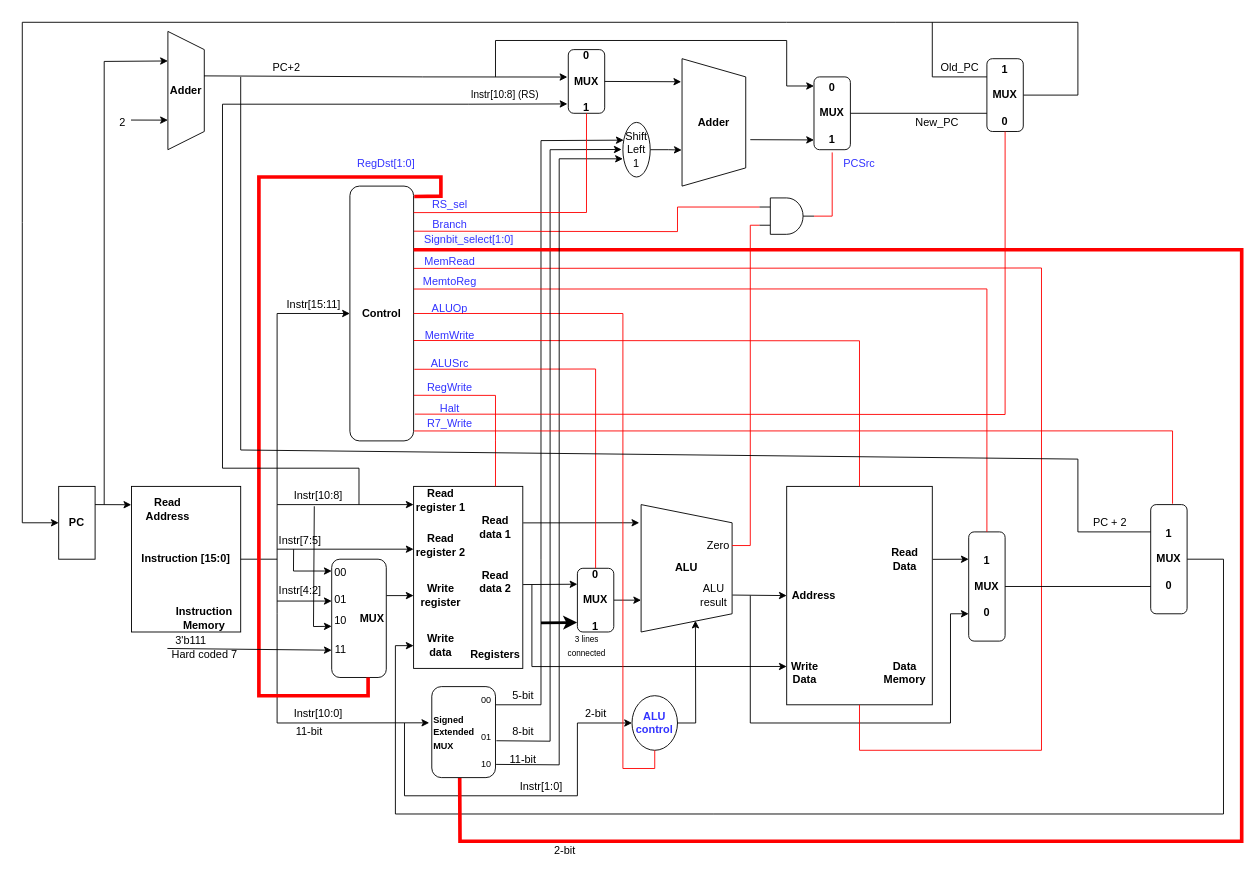
Earlier version of the draw.io diagram WISC-SP22.drawio (joshmeiyb/ECE552). Source tidied: cells renumbered, new cells numbered last; positions are measured from the earlier drawing's top-left corner, leaving out a move shared by most shapes. Both pictures are drawn from the tidied source at 91%, with x=0, y=0 at pixel (22, 22).
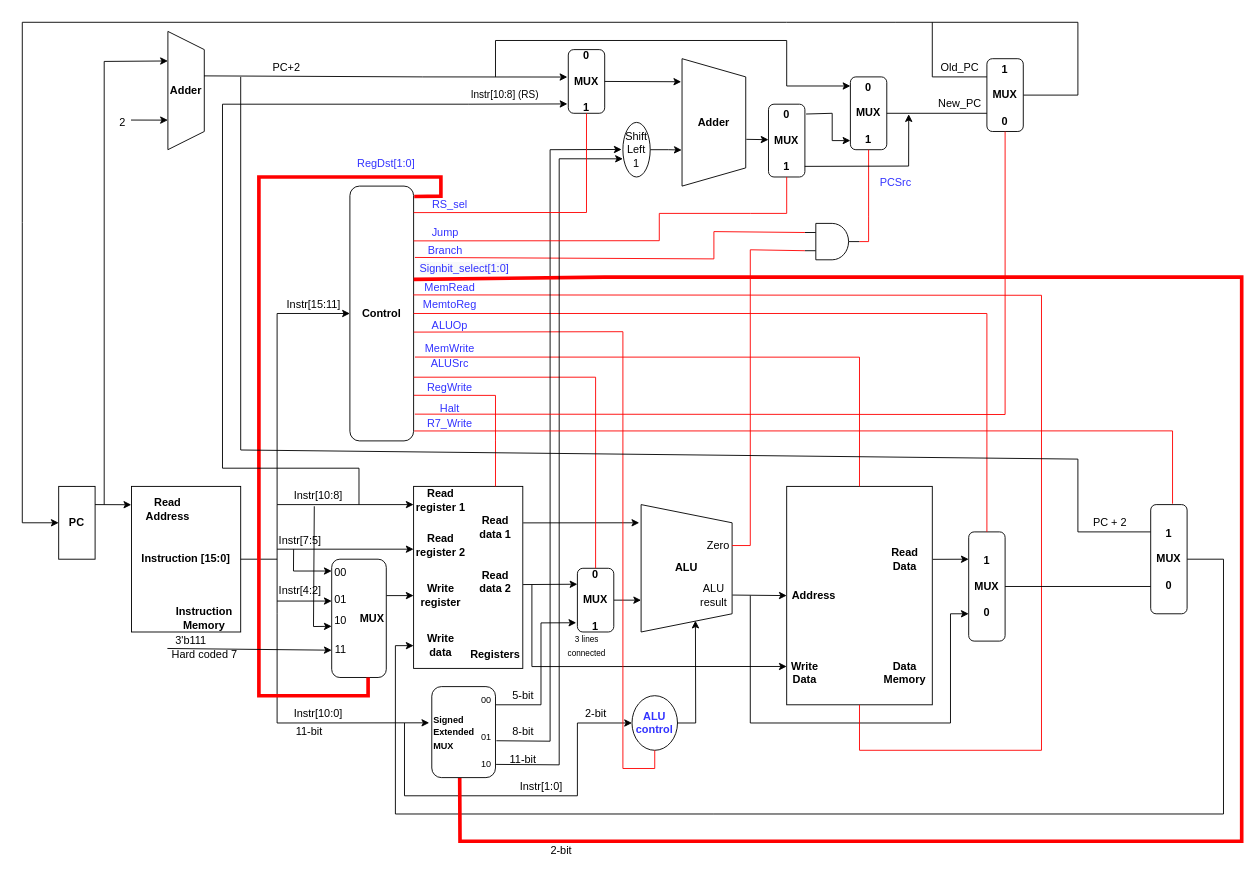
After the change.

The change refers to these unchanged cells:
```xml
<mxCell id="10" value="&lt;b&gt;Adder&lt;/b&gt;" style="shape=trapezoid;perimeter=trapezoidPerimeter;whiteSpace=wrap;html=1;fixedSize=1;direction=south;" parent="1" vertex="1">
  <mxGeometry x="725" y="40" width="70" height="140" as="geometry" />
</mxCell>
<mxCell id="12" value="Shift&lt;br&gt;Left 1" style="ellipse;whiteSpace=wrap;html=1;" parent="1" vertex="1">
  <mxGeometry x="660" y="110" width="30" height="60" as="geometry" />
</mxCell>
<mxCell id="35" value="&lt;b&gt;0&lt;br&gt;&lt;br&gt;MUX&lt;br&gt;&lt;br&gt;1&lt;/b&gt;" style="rounded=1;whiteSpace=wrap;html=1;" parent="1" vertex="1">
  <mxGeometry x="610" y="600" width="40" height="70" as="geometry" />
</mxCell>
<mxCell id="40" style="rounded=0;whiteSpace=wrap;html=1;" parent="1" vertex="1">
  <mxGeometry x="840" y="510" width="160" height="240" as="geometry" />
</mxCell>
<mxCell id="43" value="&lt;b&gt;1&lt;br&gt;&lt;br&gt;MUX&lt;br&gt;&lt;br&gt;0&lt;/b&gt;" style="rounded=1;whiteSpace=wrap;html=1;" parent="1" vertex="1">
  <mxGeometry x="1040" y="560" width="40" height="120" as="geometry" />
</mxCell>
<mxCell id="46" value="&lt;font color=&quot;#3333ff&quot;&gt;&lt;b&gt;ALU&lt;br&gt;control&lt;/b&gt;&lt;/font&gt;" style="ellipse;whiteSpace=wrap;html=1;" parent="1" vertex="1">
  <mxGeometry x="670" y="740" width="50" height="60" as="geometry" />
</mxCell>
<mxCell id="53" value="&lt;font color=&quot;#000000&quot;&gt;Zero&lt;br&gt;&lt;/font&gt;" style="text;html=1;strokeColor=none;fillColor=none;align=center;verticalAlign=middle;whiteSpace=wrap;rounded=0;fontColor=#3333FF;" parent="1" vertex="1">
  <mxGeometry x="750" y="560" width="30" height="30" as="geometry" />
</mxCell>
<mxCell id="70" value="&lt;b&gt;Control&lt;/b&gt;" style="rounded=1;whiteSpace=wrap;html=1;" parent="1" vertex="1">
  <mxGeometry x="360" y="180" width="70" height="280" as="geometry" />
</mxCell>
<mxCell id="97" value="&lt;font style=&quot;font-size: 10px&quot;&gt;&lt;b&gt;Signed&lt;br&gt;Extended&lt;br&gt;MUX&lt;/b&gt;&lt;/font&gt;" style="rounded=1;whiteSpace=wrap;html=1;align=left;" parent="1" vertex="1">
  <mxGeometry x="450" y="730" width="70" height="100" as="geometry" />
</mxCell>
```

What changed in the source:
```diff
@@
     <mxCell id="27" value="&lt;b&gt;0&lt;br&gt;&lt;br&gt;MUX&lt;br&gt;&lt;br&gt;1&lt;/b&gt;" style="rounded=1;whiteSpace=wrap;html=1;" parent="1" vertex="1">
-      <mxGeometry x="870" y="60" width="40" height="80" as="geometry" />
+      <mxGeometry x="910" y="60" width="40" height="80" as="geometry" />
     </mxCell>
-    <mxCell id="28" style="endArrow=classic;html=1;rounded=0;entryX=0;entryY=0.866;entryDx=0;entryDy=0;entryPerimeter=0;" parent="1" edge="1" target="27">
+    <mxCell id="28" style="endArrow=classic;html=1;rounded=0;exitX=0.633;exitY=-0.009;exitDx=0;exitDy=0;exitPerimeter=0;" parent="1" edge="1" source="10">
       <mxGeometry relative="1" as="geometry">
-        <mxPoint x="800" y="129" as="sourcePoint" />
+        <mxPoint x="820" y="129" as="targetPoint" />
       </mxGeometry>
     </mxCell>
-    <mxCell id="29" style="endArrow=classic;html=1;rounded=0;" parent="1" edge="1">
+    <mxCell id="29" style="endArrow=classic;html=1;rounded=0;entryX=0;entryY=0.125;entryDx=0;entryDy=0;entryPerimeter=0;" parent="1" edge="1" target="27">
       <mxGeometry relative="1" as="geometry">
         <mxPoint x="520" y="60" as="sourcePoint" />
-        <mxPoint x="870" y="70" as="targetPoint" />
         <Array as="points">
           <mxPoint x="520" y="20" />
           <mxPoint x="840" y="20" />
           <mxPoint x="840" y="70" />
         </Array>
       </mxGeometry>
     </mxCell>
@@
-    <mxCell id="39" style="endArrow=classic;html=1;rounded=0;entryX=-0.007;entryY=0.851;entryDx=0;entryDy=0;entryPerimeter=0;strokeWidth=3;" parent="1" edge="1" target="35">
-      <mxGeometry relative="1" as="geometry">
-        <mxPoint x="570" y="660" as="sourcePoint" />
-      </mxGeometry>
-    </mxCell>
@@
     <mxCell id="51" value="&lt;font color=&quot;#3333ff&quot;&gt;MemtoReg&lt;/font&gt;" style="text;html=1;strokeColor=none;fillColor=none;align=center;verticalAlign=middle;whiteSpace=wrap;rounded=0;" parent="1" vertex="1">
-      <mxGeometry x="440" y="270" width="60" height="30" as="geometry" />
+      <mxGeometry x="440" y="296" width="60" height="30" as="geometry" />
     </mxCell>
@@
-    <mxCell id="61" style="endArrow=classic;html=1;rounded=0;entryX=0.03;entryY=0.325;entryDx=0;entryDy=0;entryPerimeter=0;" parent="1" edge="1" target="12">
+    <mxCell id="61" style="endArrow=classic;html=1;rounded=0;entryX=-0.031;entryY=0.855;entryDx=0;entryDy=0;entryPerimeter=0;" parent="1" edge="1" target="35">
       <mxGeometry relative="1" as="geometry">
         <mxPoint x="520" y="750" as="sourcePoint" />
         <Array as="points">
           <mxPoint x="570" y="750" />
-          <mxPoint x="570" y="590" />
-          <mxPoint x="570" y="130" />
+          <mxPoint x="570" y="660" />
         </Array>
       </mxGeometry>
     </mxCell>
@@
     <mxCell id="67" style="verticalLabelPosition=bottom;shadow=0;dashed=0;align=center;html=1;verticalAlign=top;shape=mxgraph.electrical.logic_gates.logic_gate;operation=and;" parent="1" vertex="1">
-      <mxGeometry x="810" y="193" width="60" height="40" as="geometry" />
+      <mxGeometry x="860" y="221" width="60" height="40" as="geometry" />
     </mxCell>
     <mxCell id="68" style="endArrow=none;html=1;rounded=0;exitX=1;exitY=0.5;exitDx=0;exitDy=0;strokeColor=#FF0000;entryX=0;entryY=0.75;entryDx=0;entryDy=0;entryPerimeter=0;" parent="1" edge="1" source="53" target="67">
       <mxGeometry relative="1" as="geometry">
         <Array as="points">
           <mxPoint x="800" y="575" />
-          <mxPoint x="800" y="249" />
-          <mxPoint x="800" y="223" />
+          <mxPoint x="800" y="250" />
         </Array>
       </mxGeometry>
     </mxCell>
-    <mxCell id="69" style="endArrow=none;html=1;rounded=0;strokeColor=#FF0000;entryX=0;entryY=0.25;entryDx=0;entryDy=0;entryPerimeter=0;exitX=1;exitY=0.177;exitDx=0;exitDy=0;exitPerimeter=0;" parent="1" edge="1" source="70" target="67">
+    <mxCell id="69" style="endArrow=none;html=1;rounded=0;strokeColor=#FF0000;entryX=0;entryY=0.25;entryDx=0;entryDy=0;entryPerimeter=0;exitX=1.02;exitY=0.28;exitDx=0;exitDy=0;exitPerimeter=0;" parent="1" edge="1" source="70" target="67">
       <mxGeometry relative="1" as="geometry">
         <Array as="points">
-          <mxPoint x="720" y="230" />
-          <mxPoint x="720" y="203" />
+          <mxPoint x="760" y="260" />
+          <mxPoint x="760" y="230" />
         </Array>
       </mxGeometry>
     </mxCell>
@@
     <mxCell id="71" value="&lt;font color=&quot;#3333ff&quot;&gt;Branch&lt;/font&gt;" style="text;html=1;strokeColor=none;fillColor=none;align=center;verticalAlign=middle;whiteSpace=wrap;rounded=0;" parent="1" vertex="1">
-      <mxGeometry x="440" y="213" width="60" height="20" as="geometry" />
+      <mxGeometry x="435" y="241" width="60" height="20" as="geometry" />
     </mxCell>
-    <mxCell id="72" style="endArrow=none;html=1;rounded=0;strokeColor=#FF0000;exitX=1.005;exitY=0.323;exitDx=0;exitDy=0;exitPerimeter=0;entryX=0.5;entryY=1;entryDx=0;entryDy=0;" parent="1" edge="1" source="70" target="40">
+    <mxCell id="72" style="endArrow=none;html=1;rounded=0;strokeColor=#FF0000;exitX=0.994;exitY=0.427;exitDx=0;exitDy=0;exitPerimeter=0;entryX=0.5;entryY=1;entryDx=0;entryDy=0;" parent="1" edge="1" source="70" target="40">
       <mxGeometry relative="1" as="geometry">
         <Array as="points">
-          <mxPoint x="1120" y="270" />
+          <mxPoint x="1120" y="300" />
           <mxPoint x="1120" y="800" />
           <mxPoint x="920" y="800" />
         </Array>
       </mxGeometry>
     </mxCell>
     <mxCell id="73" value="&lt;font color=&quot;#3333ff&quot;&gt;MemRead&lt;/font&gt;" style="text;html=1;strokeColor=none;fillColor=none;align=center;verticalAlign=middle;whiteSpace=wrap;rounded=0;" parent="1" vertex="1">
-      <mxGeometry x="440" y="248" width="60" height="30" as="geometry" />
+      <mxGeometry x="440" y="277" width="60" height="30" as="geometry" />
     </mxCell>
-    <mxCell id="74" style="endArrow=none;html=1;rounded=0;strokeColor=#FF0000;entryX=0.5;entryY=1;entryDx=0;entryDy=0;exitX=1;exitY=0.5;exitDx=0;exitDy=0;exitPerimeter=0;" parent="1" edge="1" source="67">
+    <mxCell id="74" style="endArrow=none;html=1;rounded=0;strokeColor=#FF0000;entryX=0.5;entryY=1;entryDx=0;entryDy=0;exitX=1;exitY=0.5;exitDx=0;exitDy=0;exitPerimeter=0;" parent="1" edge="1" source="67" target="27">
       <mxGeometry relative="1" as="geometry">
-        <mxPoint x="890" y="143" as="targetPoint" />
         <Array as="points">
-          <mxPoint x="890" y="213" />
+          <mxPoint x="930" y="241" />
+          <mxPoint x="930" y="213" />
         </Array>
       </mxGeometry>
     </mxCell>
     <mxCell id="75" value="&lt;font color=&quot;#3333ff&quot;&gt;ALUOp&lt;/font&gt;" style="text;html=1;strokeColor=none;fillColor=none;align=center;verticalAlign=middle;whiteSpace=wrap;rounded=0;" parent="1" vertex="1">
-      <mxGeometry x="440" y="300" width="60" height="30" as="geometry" />
+      <mxGeometry x="440" y="319" width="60" height="30" as="geometry" />
     </mxCell>
-    <mxCell id="76" style="endArrow=none;html=1;rounded=0;strokeColor=#FF0000;exitX=1;exitY=0.5;exitDx=0;exitDy=0;entryX=0.5;entryY=1;entryDx=0;entryDy=0;" parent="1" edge="1" source="70" target="46">
+    <mxCell id="76" style="endArrow=none;html=1;rounded=0;strokeColor=#FF0000;exitX=1.002;exitY=0.573;exitDx=0;exitDy=0;entryX=0.5;entryY=1;entryDx=0;entryDy=0;exitPerimeter=0;" parent="1" edge="1" source="70" target="46">
       <mxGeometry relative="1" as="geometry">
         <Array as="points">
-          <mxPoint x="660" y="320" />
+          <mxPoint x="660" y="340" />
           <mxPoint x="660" y="820" />
           <mxPoint x="695" y="820" />
         </Array>
       </mxGeometry>
     </mxCell>
     <mxCell id="77" value="&lt;font color=&quot;#3333ff&quot;&gt;MemWrite&lt;/font&gt;" style="text;html=1;strokeColor=none;fillColor=none;align=center;verticalAlign=middle;whiteSpace=wrap;rounded=0;" parent="1" vertex="1">
-      <mxGeometry x="440" y="330" width="60" height="30" as="geometry" />
+      <mxGeometry x="440" y="344" width="60" height="30" as="geometry" />
     </mxCell>
-    <mxCell id="78" style="endArrow=none;html=1;rounded=0;strokeColor=#FF0000;entryX=0.5;entryY=0;entryDx=0;entryDy=0;exitX=1.004;exitY=0.606;exitDx=0;exitDy=0;exitPerimeter=0;" parent="1" edge="1" source="70" target="40">
+    <mxCell id="78" style="endArrow=none;html=1;rounded=0;strokeColor=#FF0000;entryX=0.5;entryY=0;entryDx=0;entryDy=0;exitX=1.021;exitY=0.671;exitDx=0;exitDy=0;exitPerimeter=0;" parent="1" edge="1" source="70" target="40">
       <mxGeometry relative="1" as="geometry">
         <Array as="points">
-          <mxPoint x="920" y="350" />
+          <mxPoint x="920" y="368" />
         </Array>
       </mxGeometry>
     </mxCell>
@@
-    <mxCell id="80" style="endArrow=none;html=1;rounded=0;strokeColor=#FF0000;exitX=1.011;exitY=0.719;exitDx=0;exitDy=0;exitPerimeter=0;entryX=0.5;entryY=0;entryDx=0;entryDy=0;" parent="1" edge="1" source="70" target="35">
+    <mxCell id="80" style="endArrow=none;html=1;rounded=0;strokeColor=#FF0000;exitX=1;exitY=0.75;exitDx=0;exitDy=0;entryX=0.5;entryY=0;entryDx=0;entryDy=0;" parent="1" edge="1" source="70" target="35">
       <mxGeometry relative="1" as="geometry">
         <Array as="points">
-          <mxPoint x="630" y="381" />
+          <mxPoint x="630" y="390" />
         </Array>
       </mxGeometry>
     </mxCell>
@@
-    <mxCell id="84" style="endArrow=none;html=1;rounded=0;strokeColor=#FF0000;exitX=1.006;exitY=0.404;exitDx=0;exitDy=0;exitPerimeter=0;entryX=0.5;entryY=0;entryDx=0;entryDy=0;" parent="1" edge="1" source="70" target="43">
+    <mxCell id="84" style="endArrow=none;html=1;rounded=0;strokeColor=#FF0000;exitX=1;exitY=0.5;exitDx=0;exitDy=0;entryX=0.5;entryY=0;entryDx=0;entryDy=0;" parent="1" edge="1" source="70" target="43">
       <mxGeometry relative="1" as="geometry">
         <Array as="points">
-          <mxPoint x="1060" y="293" />
+          <mxPoint x="1060" y="320" />
         </Array>
       </mxGeometry>
     </mxCell>
     <mxCell id="85" value="&lt;font color=&quot;#3333ff&quot;&gt;PCSrc&lt;/font&gt;" style="text;html=1;strokeColor=none;fillColor=none;align=center;verticalAlign=middle;whiteSpace=wrap;rounded=0;" parent="1" vertex="1">
-      <mxGeometry x="890" y="140" width="60" height="30" as="geometry" />
+      <mxGeometry x="930" y="161" width="60" height="30" as="geometry" />
     </mxCell>
@@
-    <mxCell id="90" style="endArrow=none;html=1;rounded=0;strokeColor=#FF0000;exitX=1;exitY=0.25;exitDx=0;exitDy=0;entryX=0.438;entryY=1.005;entryDx=0;entryDy=0;strokeWidth=4;entryPerimeter=0;" parent="1" edge="1" source="70" target="97">
+    <mxCell id="90" style="endArrow=none;html=1;rounded=0;strokeColor=#FF0000;exitX=1.001;exitY=0.366;exitDx=0;exitDy=0;entryX=0.438;entryY=1.005;entryDx=0;entryDy=0;strokeWidth=4;entryPerimeter=0;exitPerimeter=0;" parent="1" edge="1" source="70" target="97">
       <mxGeometry relative="1" as="geometry">
         <Array as="points">
-          <mxPoint x="640" y="250" />
-          <mxPoint x="1160" y="250" />
-          <mxPoint x="1340" y="250" />
+          <mxPoint x="640" y="280" />
+          <mxPoint x="1160" y="280" />
+          <mxPoint x="1340" y="280" />
           <mxPoint x="1340" y="900" />
           <mxPoint x="731" y="900" />
           <mxPoint x="481" y="900" />
         </Array>
       </mxGeometry>
     </mxCell>
@@
     <mxCell id="92" value="&lt;span style=&quot;color: rgb(51 , 51 , 255) ; font-family: &amp;#34;helvetica&amp;#34; ; font-size: 12px ; font-style: normal ; font-weight: 400 ; letter-spacing: normal ; text-align: center ; text-indent: 0px ; text-transform: none ; word-spacing: 0px ; background-color: rgb(248 , 249 , 250) ; display: inline ; float: none&quot;&gt;Signbit_select[1:0]&lt;/span&gt;" style="text;whiteSpace=wrap;html=1;" parent="1" vertex="1">
-      <mxGeometry x="440" y="225" width="100" height="28" as="geometry" />
+      <mxGeometry x="435" y="257" width="100" height="28" as="geometry" />
     </mxCell>
@@
-    <mxCell id="107" value="New_PC" style="text;html=1;align=center;verticalAlign=middle;strokeColor=none;fillColor=none;" parent="1" vertex="1">
-      <mxGeometry x="975" y="100" width="60" height="20" as="geometry" />
-    </mxCell>
@@
+    <mxCell id="130" value="&lt;b&gt;0&lt;br&gt;&lt;br&gt;MUX&lt;br&gt;&lt;br&gt;1&lt;/b&gt;" style="rounded=1;whiteSpace=wrap;html=1;" parent="1" vertex="1">
+      <mxGeometry x="820" y="90" width="40" height="80" as="geometry" />
+    </mxCell>
+    <mxCell id="131" style="endArrow=classic;html=1;rounded=0;exitX=1.033;exitY=0.135;exitDx=0;exitDy=0;exitPerimeter=0;" parent="1" edge="1" source="130">
+      <mxGeometry relative="1" as="geometry">
+        <mxPoint x="910" y="130" as="targetPoint" />
+        <Array as="points">
+          <mxPoint x="890" y="100" />
+          <mxPoint x="890" y="130" />
+        </Array>
+      </mxGeometry>
+    </mxCell>
+    <mxCell id="132" style="endArrow=classic;html=1;rounded=0;exitX=0.997;exitY=0.854;exitDx=0;exitDy=0;exitPerimeter=0;entryX=-0.015;entryY=0.048;entryDx=0;entryDy=0;entryPerimeter=0;" parent="1" edge="1" source="130">
+      <mxGeometry relative="1" as="geometry">
+        <mxPoint x="974.1" y="101" as="targetPoint" />
+        <Array as="points">
+          <mxPoint x="974" y="158" />
+        </Array>
+      </mxGeometry>
+    </mxCell>
+    <mxCell id="107" value="New_PC" style="text;html=1;align=center;verticalAlign=middle;strokeColor=none;fillColor=none;" parent="1" vertex="1">
+      <mxGeometry x="1000" y="80" width="60" height="20" as="geometry" />
+    </mxCell>
+    <mxCell id="133" style="endArrow=none;html=1;rounded=0;strokeColor=#FF0000;exitX=0.999;exitY=0.215;exitDx=0;exitDy=0;exitPerimeter=0;" parent="1" edge="1" source="70">
+      <mxGeometry relative="1" as="geometry">
+        <mxPoint x="840" y="170" as="targetPoint" />
+        <Array as="points">
+          <mxPoint x="700" y="240" />
+          <mxPoint x="700" y="210" />
+          <mxPoint x="800" y="210" />
+          <mxPoint x="840" y="210" />
+        </Array>
+      </mxGeometry>
+    </mxCell>
+    <mxCell id="134" value="&lt;font color=&quot;#3333ff&quot;&gt;Jump&lt;/font&gt;" style="text;html=1;strokeColor=none;fillColor=none;align=center;verticalAlign=middle;whiteSpace=wrap;rounded=0;" parent="1" vertex="1">
+      <mxGeometry x="435" y="221" width="60" height="20" as="geometry" />
+    </mxCell>
```
